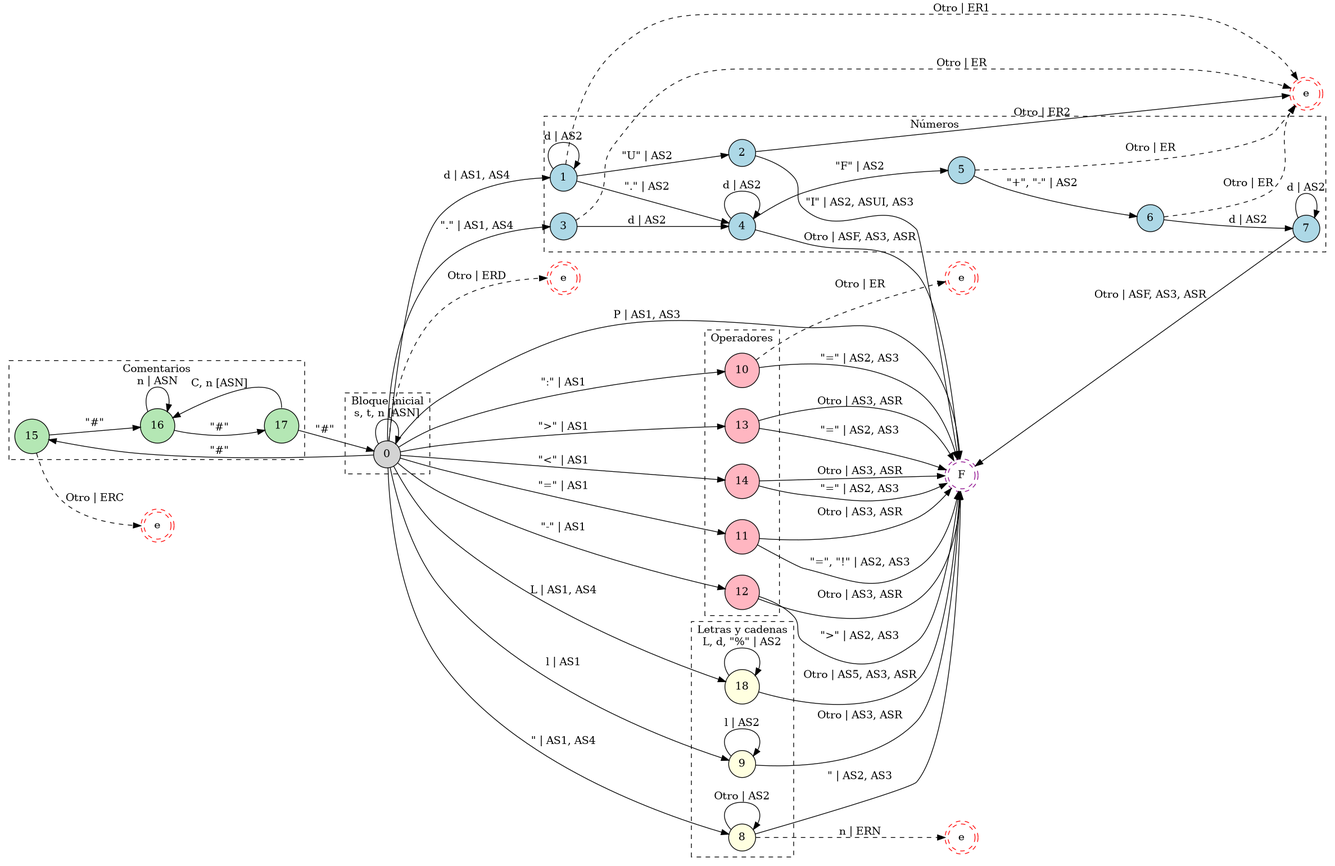
Earlier version of the Graphviz export resources/diagrams/finiteAutomatom.png (iroumec/RouVel-Compiler). Its source is kept beside it as resources/diagrams/finiteAutomatom.dot.
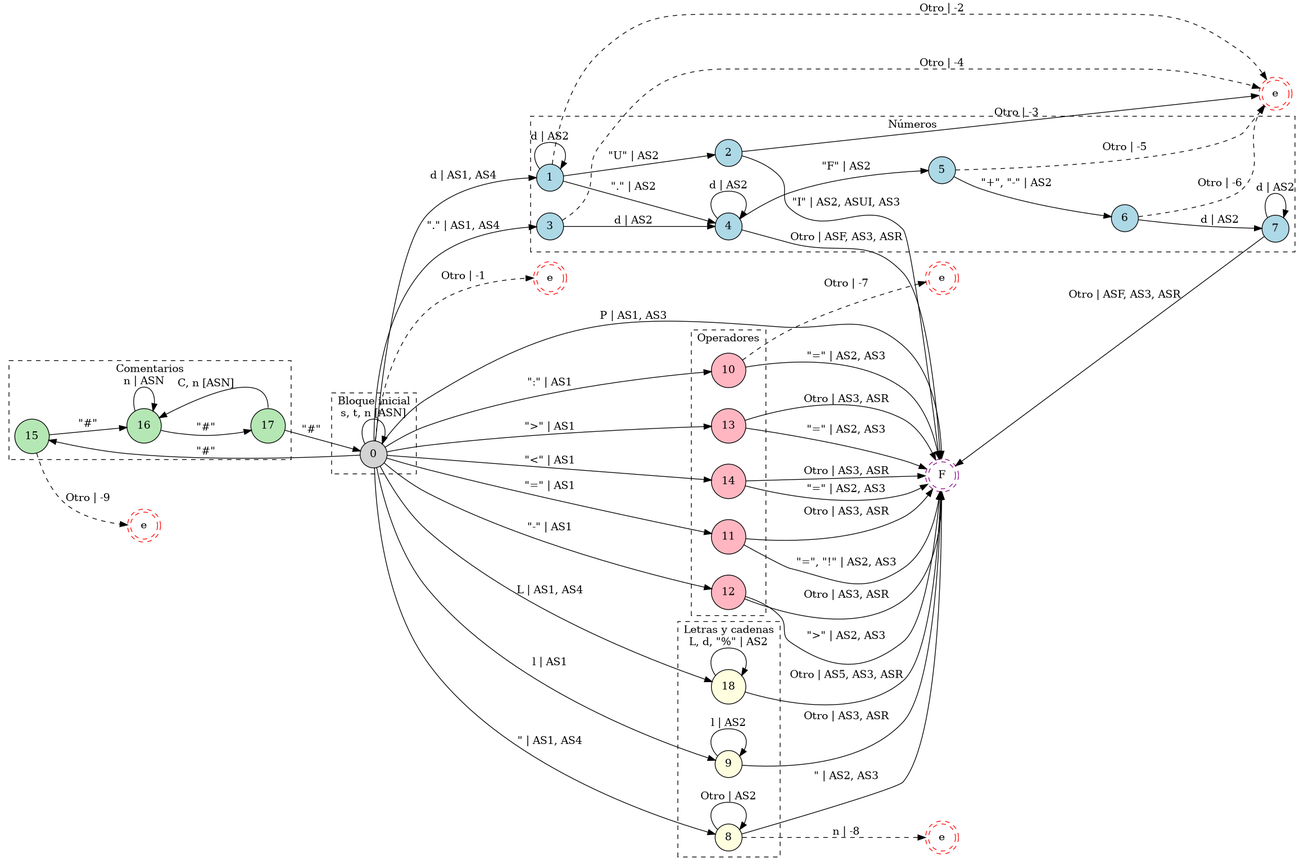
Above is the later version.

Diff of the diagram source:
```diff
@@ -77,31 +77,31 @@
     0 -> 3 [label = "\".\" | AS1, AS4";];
     0 -> 8 [label = "\" | AS1, AS4";];
     0 -> 9 [label = "l | AS1";];
-    0 -> eG [label = "Otro | ERD"; style = dashed;];
+    0 -> eG [label = "Otro | -1"; style = dashed;];
     0 -> F [label = "P | AS1, AS3";];
     1 -> 1 [label = "d | AS2";];
     1 -> 2 [label = "\"U\" | AS2";];
     1 -> 4 [label = "\".\" | AS2";];
-    1 -> eN [label = "Otro | ER1"; style = dashed;];
-    2 -> eN [label = "Otro | ER2";];
+    1 -> eN [label = "Otro | -2"; style = dashed;];
+    2 -> eN [label = "Otro | -3";];
     2 -> F [label = "\"I\" | AS2, ASUI, AS3";];
     3 -> 4 [label = "d | AS2";];
-    3 -> eN [label = "Otro | ER"; style = dashed;];
+    3 -> eN [label = "Otro | -4"; style = dashed;];
     4 -> 4 [label = "d | AS2";];
     4 -> 5 [label = "\"F\" | AS2";];
     4 -> F [label = "Otro | ASF, AS3, ASR";];
     5 -> 6 [label = "\"+\", \"-\" | AS2";];
-    5 -> eN [label = "Otro | ER"; style = dashed;];
+    5 -> eN [label = "Otro | -5"; style = dashed;];
     6 -> 7 [label = "d | AS2";];
-    6 -> eN [label = "Otro | ER"; style = dashed;];
+    6 -> eN [label = "Otro | -6"; style = dashed;];
     7 -> 7 [label = "d | AS2";];
     7 -> F [label = "Otro | ASF, AS3, ASR";];
     8 -> 8 [label = "Otro | AS2";];
-    8 -> eS [label = "n | ERN"; style = dashed;];
+    8 -> eS [label = "n | -8"; style = dashed;];
     8 -> F [label = "\" | AS2, AS3";];
     9 -> 9 [label = "l | AS2";];
     9 -> F [label = "Otro | AS3, ASR";];
-    10 -> eP [label = "Otro | ER"; style = dashed;];
+    10 -> eP [label = "Otro | -7"; style = dashed;];
     10 -> F [label = "\"=\" | AS2, AS3";];
     11 -> F [label = "\"=\", \"!\" | AS2, AS3";];
     11 -> F [label = "Otro | AS3, ASR";];
@@ -112,7 +112,7 @@
     14 -> F [label = "\"=\" | AS2, AS3";];
     14 -> F [label = "Otro | AS3, ASR";];
     15 -> 16 [label = "\"#\"";];
-    15 -> eC [label = "Otro | ERC"; style = dashed;];
+    15 -> eC [label = "Otro | -9"; style = dashed;];
     16 -> 16 [label = "n | ASN";];
     16 -> 17 [label = "\"#\"";];
     17 -> 0 [label = "\"#\"";];
```
